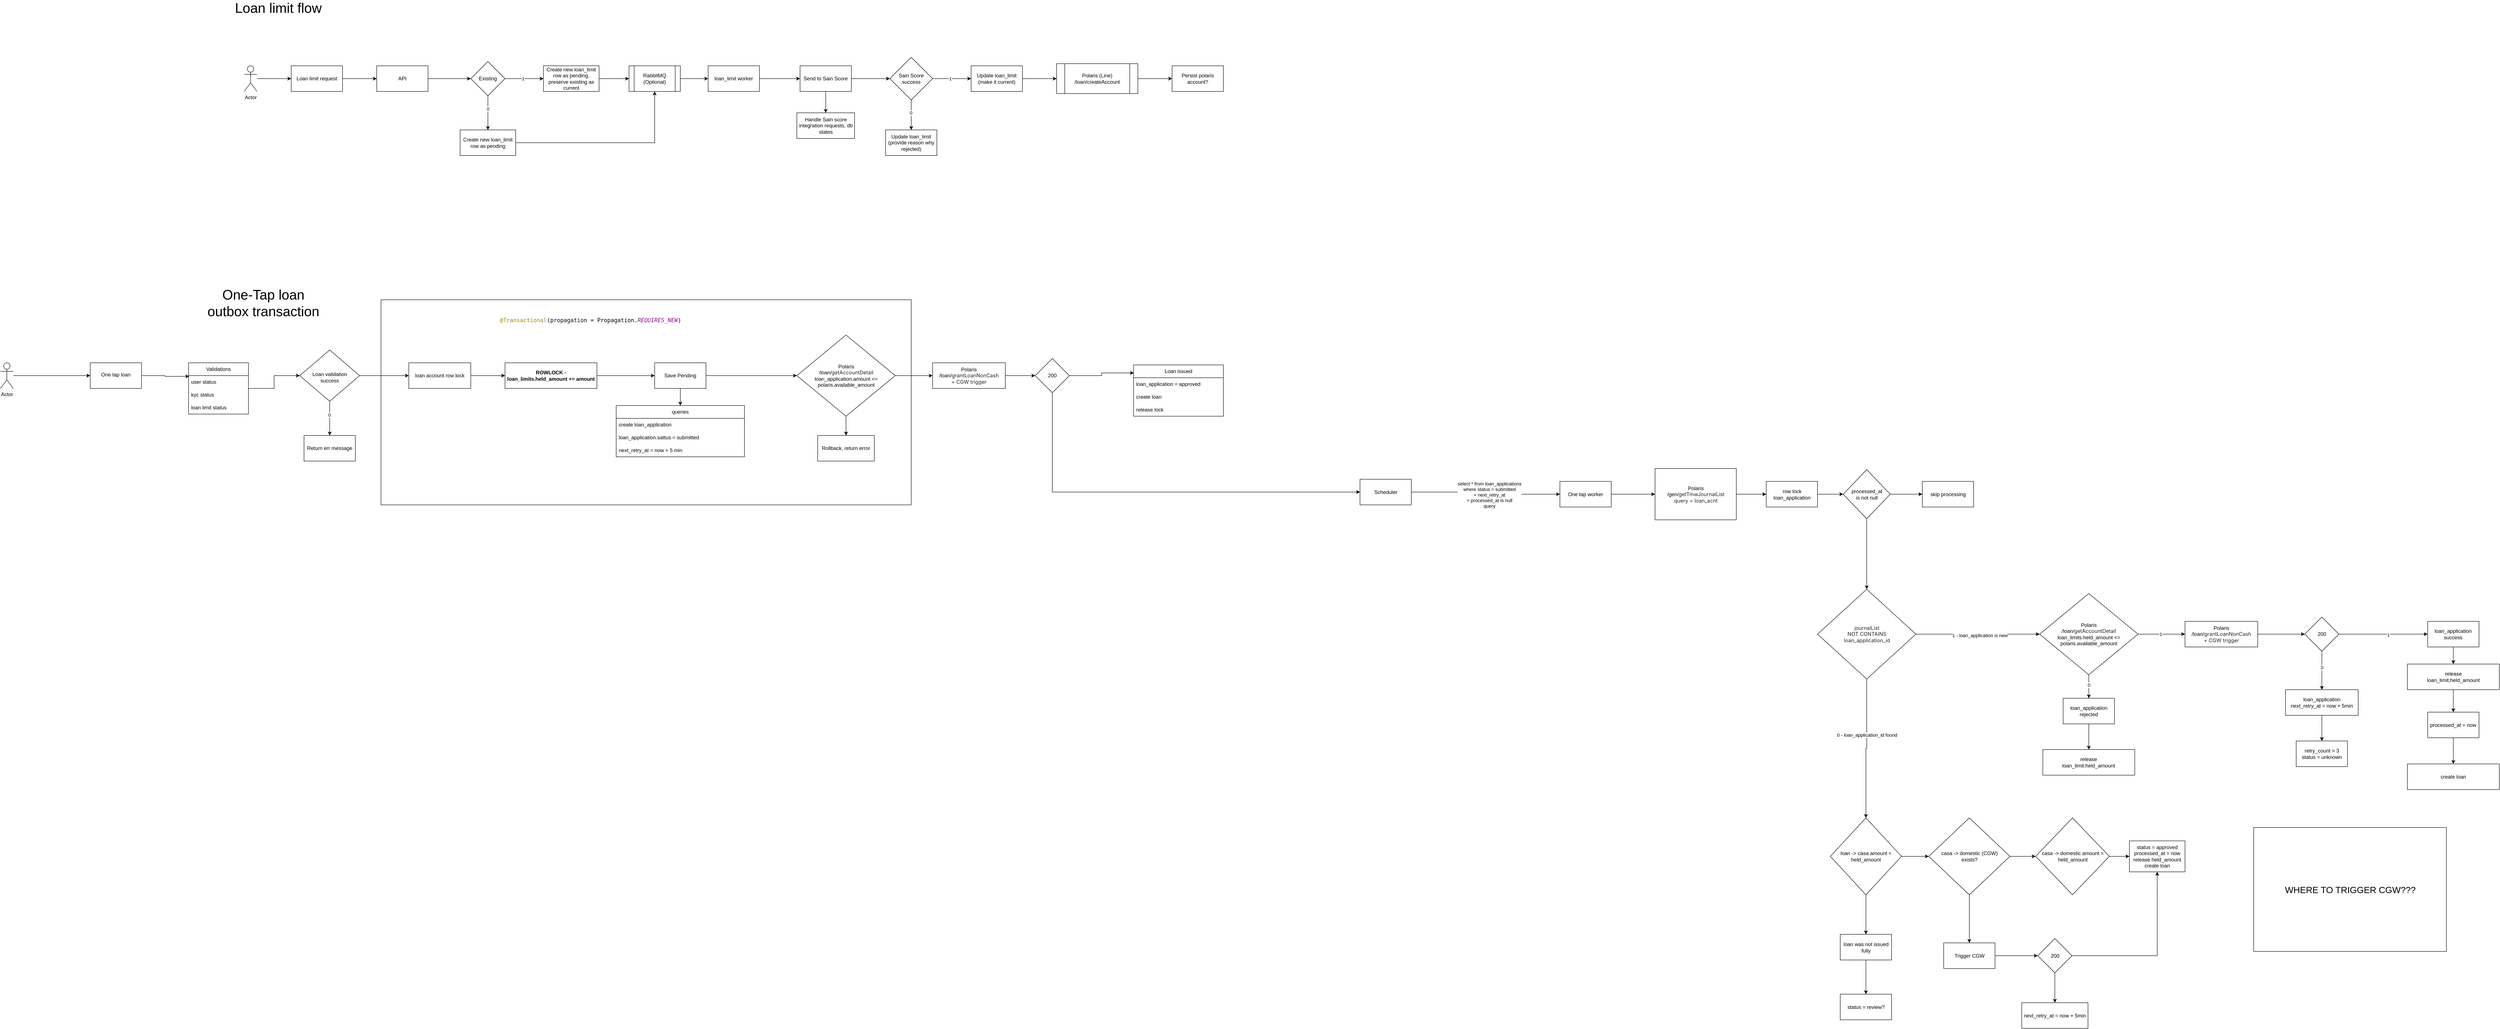
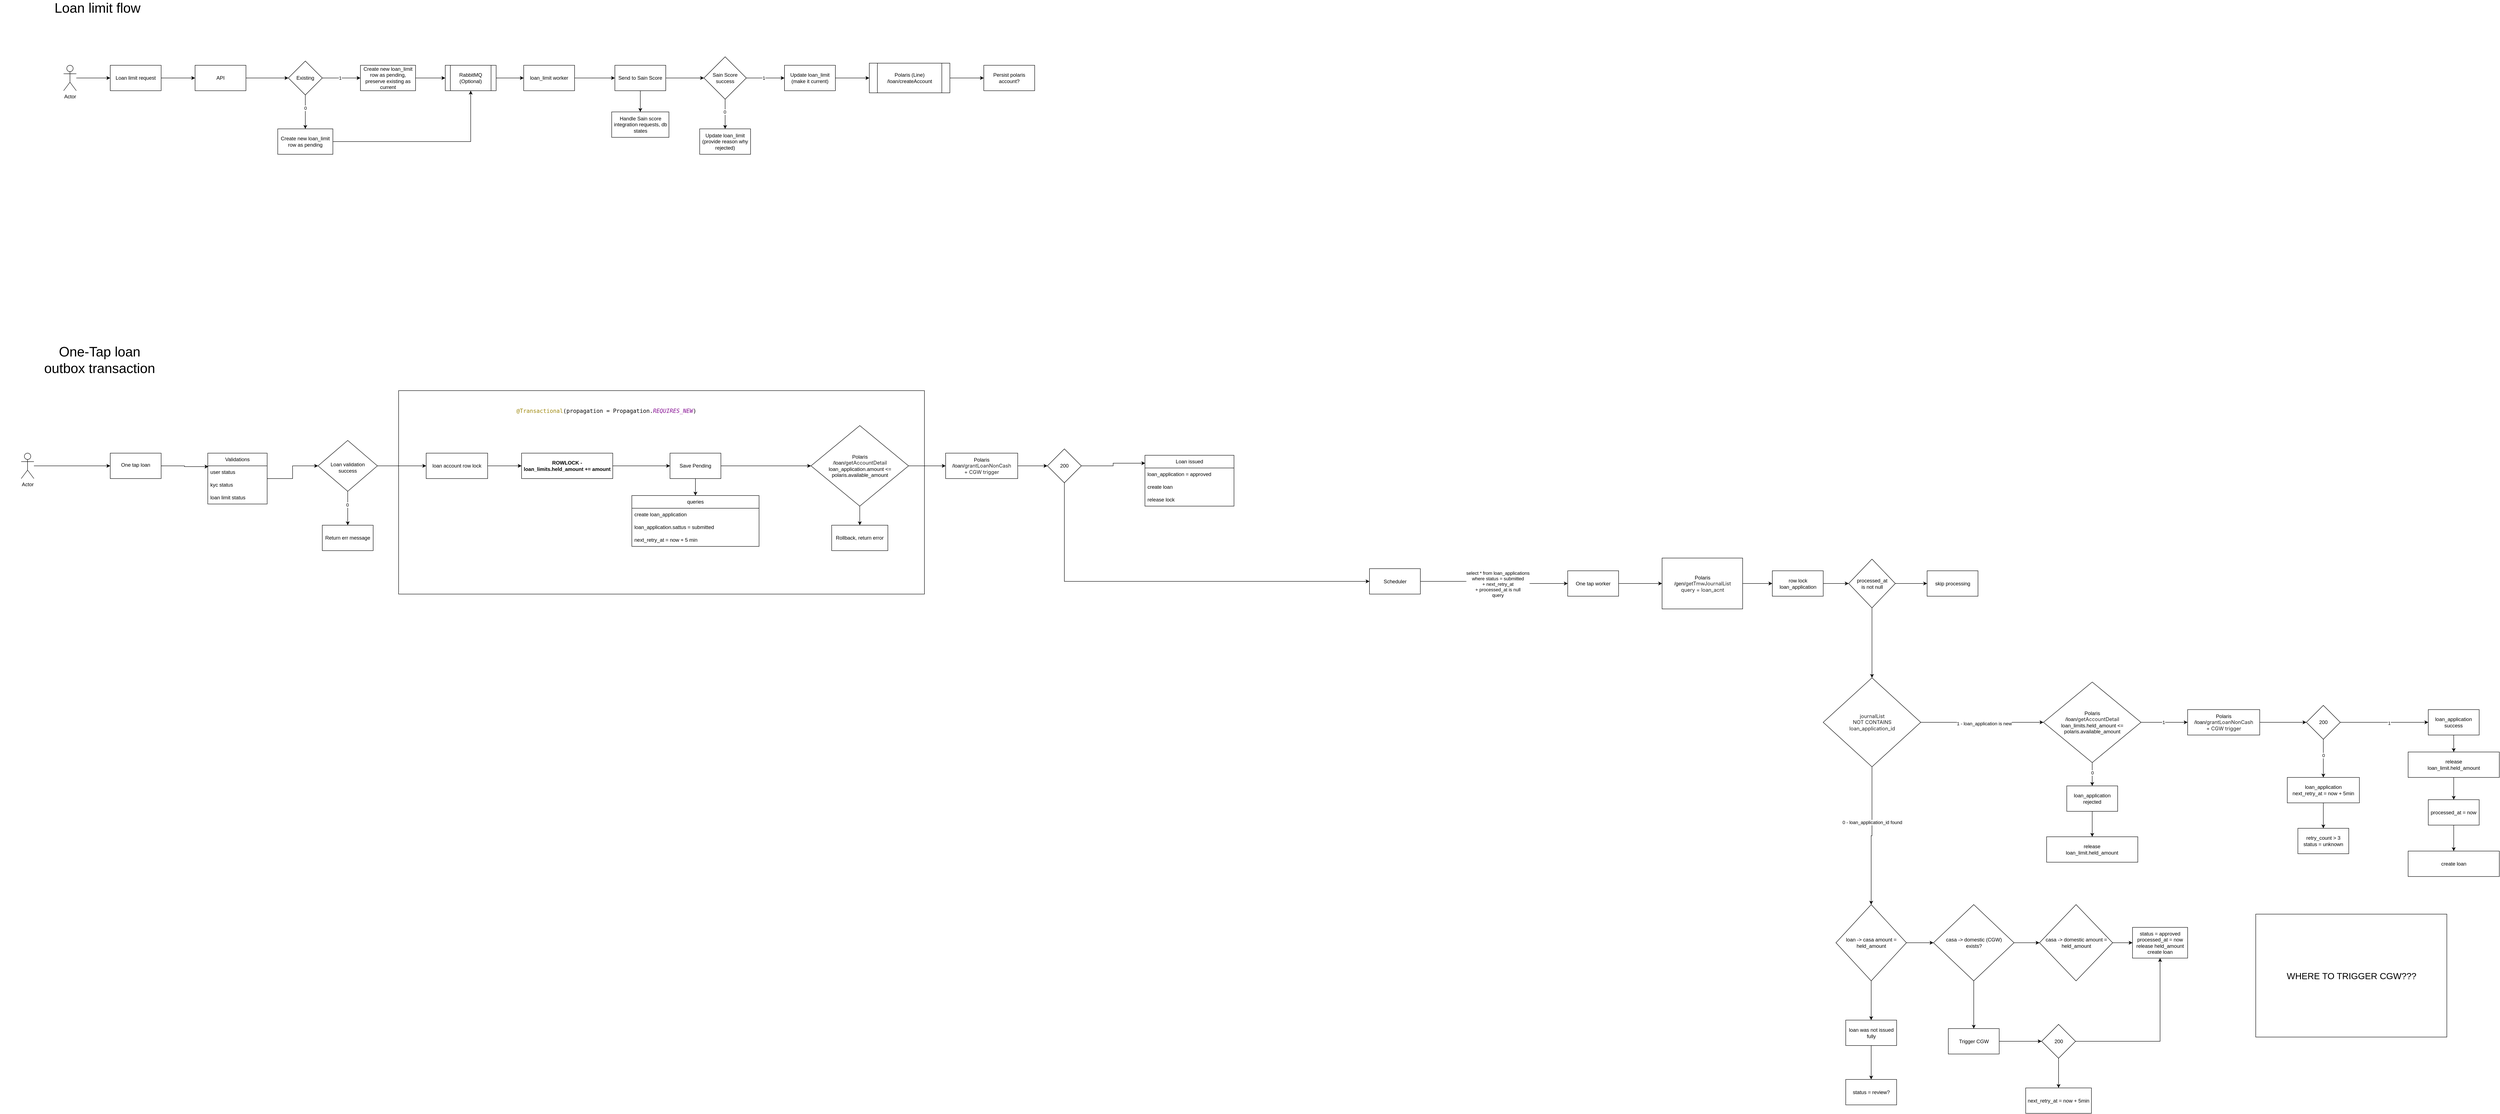
<mxfile host="app.diagrams.net">
  <diagram name="Page-1" id="VCBSuIh8bz7kurrQ0Zaz">
-     <mxGraphModel dx="2259" dy="824" grid="1" gridSize="10" guides="1" tooltips="1" connect="1" arrows="1" fold="1" page="1" pageScale="1" pageWidth="850" pageHeight="1100" math="0" shadow="0">
+     <mxGraphModel dx="14240" dy="7830" grid="1" gridSize="10" guides="1" tooltips="1" connect="1" arrows="1" fold="1" page="1" pageScale="1" pageWidth="850" pageHeight="1100" math="0" shadow="0">
      <root>
        <mxCell id="0" />
        <mxCell id="1" parent="0" />
        <mxCell id="In8fDh9ZLN2M87an2Miy-172" parent="1" style="rounded=0;whiteSpace=wrap;html=1;" value="" vertex="1">
-           <mxGeometry height="480" width="1240" x="360" y="757.5" as="geometry" />
+           <mxGeometry height="480" width="1240" x="830" y="977.5" as="geometry" />
        </mxCell>
        <mxCell id="KqixbsF9o6dLofBvsG9t-5" edge="1" parent="1" source="KqixbsF9o6dLofBvsG9t-1" style="edgeStyle=orthogonalEdgeStyle;rounded=0;orthogonalLoop=1;jettySize=auto;html=1;" target="KqixbsF9o6dLofBvsG9t-4" value="">
          <mxGeometry relative="1" as="geometry" />
        </mxCell>
        <mxCell id="KqixbsF9o6dLofBvsG9t-1" parent="1" style="rounded=0;whiteSpace=wrap;html=1;" value="Loan limit request" vertex="1">
          <mxGeometry height="60" width="120" x="150" y="210" as="geometry" />
        </mxCell>
        <mxCell id="KqixbsF9o6dLofBvsG9t-3" edge="1" parent="1" source="KqixbsF9o6dLofBvsG9t-2" style="edgeStyle=orthogonalEdgeStyle;rounded=0;orthogonalLoop=1;jettySize=auto;html=1;" target="KqixbsF9o6dLofBvsG9t-1" value="">
          <mxGeometry relative="1" as="geometry" />
        </mxCell>
        <mxCell id="KqixbsF9o6dLofBvsG9t-2" parent="1" style="shape=umlActor;verticalLabelPosition=bottom;verticalAlign=top;html=1;outlineConnect=0;" value="Actor" vertex="1">
          <mxGeometry height="60" width="30" x="40" y="210" as="geometry" />
        </mxCell>
        <mxCell id="KqixbsF9o6dLofBvsG9t-9" edge="1" parent="1" source="KqixbsF9o6dLofBvsG9t-4" style="edgeStyle=orthogonalEdgeStyle;rounded=0;orthogonalLoop=1;jettySize=auto;html=1;" target="KqixbsF9o6dLofBvsG9t-8" value="">
          <mxGeometry relative="1" as="geometry" />
        </mxCell>
        <mxCell id="KqixbsF9o6dLofBvsG9t-4" parent="1" style="rounded=0;whiteSpace=wrap;html=1;" value="API" vertex="1">
          <mxGeometry height="60" width="120" x="350" y="210" as="geometry" />
        </mxCell>
        <mxCell id="KqixbsF9o6dLofBvsG9t-11" edge="1" parent="1" source="KqixbsF9o6dLofBvsG9t-8" style="edgeStyle=orthogonalEdgeStyle;rounded=0;orthogonalLoop=1;jettySize=auto;html=1;" target="KqixbsF9o6dLofBvsG9t-10" value="">
          <mxGeometry relative="1" as="geometry" />
        </mxCell>
        <mxCell id="KqixbsF9o6dLofBvsG9t-12" connectable="0" parent="KqixbsF9o6dLofBvsG9t-11" style="edgeLabel;html=1;align=center;verticalAlign=middle;resizable=0;points=[];" value="1" vertex="1">
          <mxGeometry relative="1" x="-0.079" as="geometry">
            <mxPoint as="offset" />
          </mxGeometry>
        </mxCell>
        <mxCell id="KqixbsF9o6dLofBvsG9t-14" edge="1" parent="1" source="KqixbsF9o6dLofBvsG9t-8" style="edgeStyle=orthogonalEdgeStyle;rounded=0;orthogonalLoop=1;jettySize=auto;html=1;" target="KqixbsF9o6dLofBvsG9t-13" value="">
          <mxGeometry relative="1" as="geometry" />
        </mxCell>
        <mxCell id="KqixbsF9o6dLofBvsG9t-15" connectable="0" parent="KqixbsF9o6dLofBvsG9t-14" style="edgeLabel;html=1;align=center;verticalAlign=middle;resizable=0;points=[];" value="0" vertex="1">
          <mxGeometry relative="1" x="-0.2407" as="geometry">
            <mxPoint as="offset" />
          </mxGeometry>
        </mxCell>
        <mxCell id="KqixbsF9o6dLofBvsG9t-8" parent="1" style="rhombus;whiteSpace=wrap;html=1;rounded=0;" value="Existing" vertex="1">
          <mxGeometry height="80" width="80" x="570" y="200" as="geometry" />
        </mxCell>
        <mxCell id="KqixbsF9o6dLofBvsG9t-23" edge="1" parent="1" source="KqixbsF9o6dLofBvsG9t-10" style="edgeStyle=orthogonalEdgeStyle;rounded=0;orthogonalLoop=1;jettySize=auto;html=1;" target="KqixbsF9o6dLofBvsG9t-22" value="">
          <mxGeometry relative="1" as="geometry" />
        </mxCell>
        <mxCell id="KqixbsF9o6dLofBvsG9t-10" parent="1" style="whiteSpace=wrap;html=1;rounded=0;" value="Create new loan_limit row as pending, preserve existing as current" vertex="1">
          <mxGeometry height="60" width="130" x="740" y="210" as="geometry" />
        </mxCell>
        <mxCell id="KqixbsF9o6dLofBvsG9t-26" edge="1" parent="1" source="KqixbsF9o6dLofBvsG9t-13" style="edgeStyle=orthogonalEdgeStyle;rounded=0;orthogonalLoop=1;jettySize=auto;html=1;entryX=0.5;entryY=1;entryDx=0;entryDy=0;" target="KqixbsF9o6dLofBvsG9t-22">
          <mxGeometry relative="1" as="geometry" />
        </mxCell>
        <mxCell id="KqixbsF9o6dLofBvsG9t-13" parent="1" style="whiteSpace=wrap;html=1;rounded=0;" value="Create new loan_limit row as pending" vertex="1">
          <mxGeometry height="60" width="130" x="545" y="360" as="geometry" />
        </mxCell>
        <mxCell id="KqixbsF9o6dLofBvsG9t-25" edge="1" parent="1" source="KqixbsF9o6dLofBvsG9t-22" style="edgeStyle=orthogonalEdgeStyle;rounded=0;orthogonalLoop=1;jettySize=auto;html=1;" target="KqixbsF9o6dLofBvsG9t-24" value="">
          <mxGeometry relative="1" as="geometry" />
        </mxCell>
        <mxCell id="KqixbsF9o6dLofBvsG9t-22" parent="1" style="shape=process;whiteSpace=wrap;html=1;backgroundOutline=1;rounded=0;" value="RabbitMQ (Optional)" vertex="1">
          <mxGeometry height="60" width="120" x="940" y="210" as="geometry" />
        </mxCell>
        <mxCell id="KqixbsF9o6dLofBvsG9t-28" edge="1" parent="1" source="KqixbsF9o6dLofBvsG9t-24" style="edgeStyle=orthogonalEdgeStyle;rounded=0;orthogonalLoop=1;jettySize=auto;html=1;" target="KqixbsF9o6dLofBvsG9t-27" value="">
          <mxGeometry relative="1" as="geometry" />
        </mxCell>
        <mxCell id="KqixbsF9o6dLofBvsG9t-24" parent="1" style="whiteSpace=wrap;html=1;rounded=0;" value="loan_limit worker" vertex="1">
          <mxGeometry height="60" width="120" x="1125" y="210" as="geometry" />
        </mxCell>
        <mxCell id="KqixbsF9o6dLofBvsG9t-30" edge="1" parent="1" source="KqixbsF9o6dLofBvsG9t-27" style="edgeStyle=orthogonalEdgeStyle;rounded=0;orthogonalLoop=1;jettySize=auto;html=1;" target="KqixbsF9o6dLofBvsG9t-29" value="">
          <mxGeometry relative="1" as="geometry" />
        </mxCell>
        <mxCell id="KqixbsF9o6dLofBvsG9t-38" edge="1" parent="1" source="KqixbsF9o6dLofBvsG9t-27" style="edgeStyle=orthogonalEdgeStyle;rounded=0;orthogonalLoop=1;jettySize=auto;html=1;" target="KqixbsF9o6dLofBvsG9t-37" value="">
          <mxGeometry relative="1" as="geometry" />
        </mxCell>
        <mxCell id="KqixbsF9o6dLofBvsG9t-27" parent="1" style="whiteSpace=wrap;html=1;rounded=0;" value="Send to Sain Score" vertex="1">
          <mxGeometry height="60" width="120" x="1340" y="210" as="geometry" />
        </mxCell>
        <mxCell id="KqixbsF9o6dLofBvsG9t-32" edge="1" parent="1" source="KqixbsF9o6dLofBvsG9t-29" style="edgeStyle=orthogonalEdgeStyle;rounded=0;orthogonalLoop=1;jettySize=auto;html=1;" target="KqixbsF9o6dLofBvsG9t-31" value="">
          <mxGeometry relative="1" as="geometry" />
        </mxCell>
        <mxCell id="KqixbsF9o6dLofBvsG9t-33" connectable="0" parent="KqixbsF9o6dLofBvsG9t-32" style="edgeLabel;html=1;align=center;verticalAlign=middle;resizable=0;points=[];" value="1" vertex="1">
          <mxGeometry relative="1" x="-0.1048" as="geometry">
            <mxPoint as="offset" />
          </mxGeometry>
        </mxCell>
        <mxCell id="KqixbsF9o6dLofBvsG9t-35" edge="1" parent="1" source="KqixbsF9o6dLofBvsG9t-29" style="edgeStyle=orthogonalEdgeStyle;rounded=0;orthogonalLoop=1;jettySize=auto;html=1;" target="KqixbsF9o6dLofBvsG9t-34" value="">
          <mxGeometry relative="1" as="geometry" />
        </mxCell>
        <mxCell id="KqixbsF9o6dLofBvsG9t-36" connectable="0" parent="KqixbsF9o6dLofBvsG9t-35" style="edgeLabel;html=1;align=center;verticalAlign=middle;resizable=0;points=[];" value="0" vertex="1">
          <mxGeometry relative="1" x="-0.1429" y="-1" as="geometry">
            <mxPoint as="offset" />
          </mxGeometry>
        </mxCell>
        <mxCell id="KqixbsF9o6dLofBvsG9t-29" parent="1" style="rhombus;whiteSpace=wrap;html=1;rounded=0;" value="Sain Score success" vertex="1">
          <mxGeometry height="100" width="100" x="1550" y="190" as="geometry" />
        </mxCell>
        <mxCell id="KqixbsF9o6dLofBvsG9t-66" edge="1" parent="1" source="KqixbsF9o6dLofBvsG9t-31" style="edgeStyle=orthogonalEdgeStyle;rounded=0;orthogonalLoop=1;jettySize=auto;html=1;" target="KqixbsF9o6dLofBvsG9t-65" value="">
          <mxGeometry relative="1" as="geometry" />
        </mxCell>
        <mxCell id="KqixbsF9o6dLofBvsG9t-31" parent="1" style="whiteSpace=wrap;html=1;rounded=0;" value="Update loan_limit (make it current)" vertex="1">
          <mxGeometry height="60" width="120" x="1740" y="210" as="geometry" />
        </mxCell>
        <mxCell id="KqixbsF9o6dLofBvsG9t-34" parent="1" style="whiteSpace=wrap;html=1;rounded=0;" value="Update loan_limit&lt;br&gt;(provide reason why rejected)" vertex="1">
          <mxGeometry height="60" width="120" x="1540" y="360" as="geometry" />
        </mxCell>
        <mxCell id="KqixbsF9o6dLofBvsG9t-37" parent="1" style="whiteSpace=wrap;html=1;rounded=0;" value="Handle Sain score integration requests, db states" vertex="1">
          <mxGeometry height="60" width="135" x="1332.5" y="320" as="geometry" />
        </mxCell>
        <mxCell id="KqixbsF9o6dLofBvsG9t-40" parent="1" style="text;html=1;whiteSpace=wrap;strokeColor=none;fillColor=none;align=center;verticalAlign=middle;rounded=0;fontSize=32;" value="Loan limit flow" vertex="1">
          <mxGeometry height="30" width="260" x="-10" y="60" as="geometry" />
        </mxCell>
        <mxCell id="KqixbsF9o6dLofBvsG9t-74" edge="1" parent="1" source="KqixbsF9o6dLofBvsG9t-65" style="edgeStyle=orthogonalEdgeStyle;rounded=0;orthogonalLoop=1;jettySize=auto;html=1;" target="KqixbsF9o6dLofBvsG9t-73" value="">
          <mxGeometry relative="1" as="geometry" />
        </mxCell>
        <mxCell id="KqixbsF9o6dLofBvsG9t-65" parent="1" style="shape=process;whiteSpace=wrap;html=1;backgroundOutline=1;rounded=0;" value="Polaris (Line)&lt;br&gt;/loan/createAccount" vertex="1">
          <mxGeometry height="70" width="190" x="1940" y="205" as="geometry" />
        </mxCell>
        <mxCell id="KqixbsF9o6dLofBvsG9t-73" parent="1" style="whiteSpace=wrap;html=1;rounded=0;" value="Persist polaris account?" vertex="1">
          <mxGeometry height="60" width="120" x="2210" y="210" as="geometry" />
        </mxCell>
        <mxCell id="U8Ajh8Gpa-m2DNKNFQys-1" parent="1" style="text;html=1;whiteSpace=wrap;strokeColor=none;fillColor=none;align=center;verticalAlign=middle;rounded=0;fontSize=32;" value="One-Tap loan&lt;br&gt;outbox transaction" vertex="1">
-           <mxGeometry height="30" width="470" x="-150" y="750" as="geometry" />
+           <mxGeometry height="30" width="470" x="-110" y="890" as="geometry" />
        </mxCell>
        <mxCell id="In8fDh9ZLN2M87an2Miy-1" edge="1" parent="1" source="In8fDh9ZLN2M87an2Miy-2" style="edgeStyle=orthogonalEdgeStyle;rounded=0;orthogonalLoop=1;jettySize=auto;html=1;" target="In8fDh9ZLN2M87an2Miy-4" value="">
          <mxGeometry relative="1" as="geometry" />
        </mxCell>
        <mxCell id="In8fDh9ZLN2M87an2Miy-2" parent="1" style="shape=umlActor;verticalLabelPosition=bottom;verticalAlign=top;html=1;outlineConnect=0;" value="Actor" vertex="1">
-           <mxGeometry height="60" width="30" x="-530" y="905" as="geometry" />
+           <mxGeometry height="60" width="30" x="-60" y="1125" as="geometry" />
        </mxCell>
        <mxCell id="In8fDh9ZLN2M87an2Miy-3" edge="1" parent="1" source="In8fDh9ZLN2M87an2Miy-4" style="edgeStyle=orthogonalEdgeStyle;rounded=0;orthogonalLoop=1;jettySize=auto;html=1;entryX=0.011;entryY=0.06;entryDx=0;entryDy=0;entryPerimeter=0;" target="In8fDh9ZLN2M87an2Miy-28" value="">
          <mxGeometry relative="1" as="geometry">
-             <mxPoint x="-110" y="935" as="targetPoint" />
+             <mxPoint x="360" y="1155" as="targetPoint" />
          </mxGeometry>
        </mxCell>
        <mxCell id="In8fDh9ZLN2M87an2Miy-4" parent="1" style="whiteSpace=wrap;html=1;verticalAlign=top;" value="&lt;div&gt;&lt;br&gt;&lt;/div&gt;&lt;div&gt;One tap loan&lt;/div&gt;" vertex="1">
-           <mxGeometry height="60" width="120" x="-320" y="905" as="geometry" />
+           <mxGeometry height="60" width="120" x="150" y="1125" as="geometry" />
        </mxCell>
        <mxCell id="In8fDh9ZLN2M87an2Miy-7" edge="1" parent="1" source="In8fDh9ZLN2M87an2Miy-9" style="edgeStyle=orthogonalEdgeStyle;rounded=0;orthogonalLoop=1;jettySize=auto;html=1;" target="In8fDh9ZLN2M87an2Miy-13" value="">
          <mxGeometry relative="1" as="geometry" />
        </mxCell>
        <mxCell id="In8fDh9ZLN2M87an2Miy-8" connectable="0" parent="In8fDh9ZLN2M87an2Miy-7" style="edgeLabel;html=1;align=center;verticalAlign=middle;resizable=0;points=[];" value="0" vertex="1">
          <mxGeometry relative="1" x="-0.2091" y="-1" as="geometry">
            <mxPoint as="offset" />
          </mxGeometry>
        </mxCell>
        <mxCell id="In8fDh9ZLN2M87an2Miy-163" edge="1" parent="1" source="In8fDh9ZLN2M87an2Miy-9" style="edgeStyle=orthogonalEdgeStyle;rounded=0;orthogonalLoop=1;jettySize=auto;html=1;entryX=0;entryY=0.5;entryDx=0;entryDy=0;" target="In8fDh9ZLN2M87an2Miy-161">
          <mxGeometry relative="1" as="geometry" />
        </mxCell>
        <mxCell id="In8fDh9ZLN2M87an2Miy-9" parent="1" style="rhombus;whiteSpace=wrap;html=1;verticalAlign=top;" value="&lt;br&gt;&lt;br&gt;&lt;div&gt;&lt;br&gt;&lt;/div&gt;&lt;div&gt;Loan validation&lt;br&gt;success&lt;/div&gt;" vertex="1">
-           <mxGeometry height="120" width="140" x="170" y="875" as="geometry" />
+           <mxGeometry height="120" width="140" x="640" y="1095" as="geometry" />
        </mxCell>
        <mxCell id="In8fDh9ZLN2M87an2Miy-10" edge="1" parent="1" source="In8fDh9ZLN2M87an2Miy-12" style="edgeStyle=orthogonalEdgeStyle;rounded=0;orthogonalLoop=1;jettySize=auto;html=1;entryX=0.5;entryY=0;entryDx=0;entryDy=0;" target="In8fDh9ZLN2M87an2Miy-14">
          <mxGeometry relative="1" as="geometry" />
        </mxCell>
        <mxCell id="In8fDh9ZLN2M87an2Miy-54" edge="1" parent="1" source="In8fDh9ZLN2M87an2Miy-105" style="edgeStyle=orthogonalEdgeStyle;rounded=0;orthogonalLoop=1;jettySize=auto;html=1;exitX=1;exitY=0.5;exitDx=0;exitDy=0;" target="In8fDh9ZLN2M87an2Miy-53" value="">
          <mxGeometry relative="1" as="geometry">
-             <mxPoint x="2859.5" y="1212.5" as="sourcePoint" />
+             <mxPoint x="3329.5" y="1432.5" as="sourcePoint" />
          </mxGeometry>
        </mxCell>
        <mxCell id="In8fDh9ZLN2M87an2Miy-55" connectable="0" parent="In8fDh9ZLN2M87an2Miy-54" style="edgeLabel;html=1;align=center;verticalAlign=middle;resizable=0;points=[];" value="select * from loan_applications&lt;br&gt;where status = submitted&lt;br&gt;+ next_retry_at&lt;br&gt;+ processed_at is null&lt;br&gt;query" vertex="1">
          <mxGeometry relative="1" x="0.0637" y="-1" as="geometry">
            <mxPoint as="offset" />
          </mxGeometry>
        </mxCell>
        <mxCell id="In8fDh9ZLN2M87an2Miy-173" edge="1" parent="1" source="In8fDh9ZLN2M87an2Miy-12" style="edgeStyle=orthogonalEdgeStyle;rounded=0;orthogonalLoop=1;jettySize=auto;html=1;entryX=0;entryY=0.5;entryDx=0;entryDy=0;" target="In8fDh9ZLN2M87an2Miy-152">
          <mxGeometry relative="1" as="geometry" />
        </mxCell>
        <mxCell id="In8fDh9ZLN2M87an2Miy-12" parent="1" style="whiteSpace=wrap;html=1;verticalAlign=middle;" value="Save Pending" vertex="1">
-           <mxGeometry height="60" width="120" x="1000" y="905" as="geometry" />
+           <mxGeometry height="60" width="120" x="1470" y="1125" as="geometry" />
        </mxCell>
        <mxCell id="In8fDh9ZLN2M87an2Miy-13" parent="1" style="whiteSpace=wrap;html=1;verticalAlign=middle;" value="Return err message" vertex="1">
-           <mxGeometry height="60" width="120" x="180" y="1075" as="geometry" />
+           <mxGeometry height="60" width="120" x="650" y="1295" as="geometry" />
        </mxCell>
        <mxCell id="In8fDh9ZLN2M87an2Miy-14" parent="1" style="swimlane;fontStyle=0;childLayout=stackLayout;horizontal=1;startSize=30;horizontalStack=0;resizeParent=1;resizeParentMax=0;resizeLast=0;collapsible=1;marginBottom=0;whiteSpace=wrap;html=1;" value="queries" vertex="1">
-           <mxGeometry height="120" width="300" x="910" y="1005" as="geometry" />
+           <mxGeometry height="120" width="300" x="1380" y="1225" as="geometry" />
        </mxCell>
        <mxCell id="In8fDh9ZLN2M87an2Miy-15" parent="In8fDh9ZLN2M87an2Miy-14" style="text;strokeColor=none;fillColor=none;align=left;verticalAlign=middle;spacingLeft=4;spacingRight=4;overflow=hidden;points=[[0,0.5],[1,0.5]];portConstraint=eastwest;rotatable=0;whiteSpace=wrap;html=1;" value="create loan_application" vertex="1">
          <mxGeometry height="30" width="300" y="30" as="geometry" />
        </mxCell>
        <mxCell id="In8fDh9ZLN2M87an2Miy-104" parent="In8fDh9ZLN2M87an2Miy-14" style="text;strokeColor=none;fillColor=none;align=left;verticalAlign=middle;spacingLeft=4;spacingRight=4;overflow=hidden;points=[[0,0.5],[1,0.5]];portConstraint=eastwest;rotatable=0;whiteSpace=wrap;html=1;" value="loan_application.sattus = submitted" vertex="1">
          <mxGeometry height="30" width="300" y="60" as="geometry" />
        </mxCell>
        <mxCell id="In8fDh9ZLN2M87an2Miy-17" parent="In8fDh9ZLN2M87an2Miy-14" style="text;strokeColor=none;fillColor=none;align=left;verticalAlign=middle;spacingLeft=4;spacingRight=4;overflow=hidden;points=[[0,0.5],[1,0.5]];portConstraint=eastwest;rotatable=0;whiteSpace=wrap;html=1;" value="next_retry_at = now + 5 min" vertex="1">
          <mxGeometry height="30" width="300" y="90" as="geometry" />
        </mxCell>
        <mxCell id="In8fDh9ZLN2M87an2Miy-32" edge="1" parent="1" source="In8fDh9ZLN2M87an2Miy-27" style="edgeStyle=orthogonalEdgeStyle;rounded=0;orthogonalLoop=1;jettySize=auto;html=1;entryX=0;entryY=0.5;entryDx=0;entryDy=0;" target="In8fDh9ZLN2M87an2Miy-9">
          <mxGeometry relative="1" as="geometry" />
        </mxCell>
        <mxCell id="In8fDh9ZLN2M87an2Miy-27" parent="1" style="swimlane;fontStyle=0;childLayout=stackLayout;horizontal=1;startSize=30;horizontalStack=0;resizeParent=1;resizeParentMax=0;resizeLast=0;collapsible=1;marginBottom=0;whiteSpace=wrap;html=1;" value="Validations" vertex="1">
-           <mxGeometry height="120" width="140" x="-90" y="905" as="geometry" />
+           <mxGeometry height="120" width="140" x="380" y="1125" as="geometry" />
        </mxCell>
        <mxCell id="In8fDh9ZLN2M87an2Miy-28" parent="In8fDh9ZLN2M87an2Miy-27" style="text;strokeColor=none;fillColor=none;align=left;verticalAlign=middle;spacingLeft=4;spacingRight=4;overflow=hidden;points=[[0,0.5],[1,0.5]];portConstraint=eastwest;rotatable=0;whiteSpace=wrap;html=1;" value="user status" vertex="1">
          <mxGeometry height="30" width="140" y="30" as="geometry" />
        </mxCell>
        <mxCell id="In8fDh9ZLN2M87an2Miy-29" parent="In8fDh9ZLN2M87an2Miy-27" style="text;strokeColor=none;fillColor=none;align=left;verticalAlign=middle;spacingLeft=4;spacingRight=4;overflow=hidden;points=[[0,0.5],[1,0.5]];portConstraint=eastwest;rotatable=0;whiteSpace=wrap;html=1;" value="kyc status" vertex="1">
          <mxGeometry height="30" width="140" y="60" as="geometry" />
        </mxCell>
        <mxCell id="In8fDh9ZLN2M87an2Miy-33" parent="In8fDh9ZLN2M87an2Miy-27" style="text;strokeColor=none;fillColor=none;align=left;verticalAlign=middle;spacingLeft=4;spacingRight=4;overflow=hidden;points=[[0,0.5],[1,0.5]];portConstraint=eastwest;rotatable=0;whiteSpace=wrap;html=1;" value="loan limit status" vertex="1">
          <mxGeometry height="30" width="140" y="90" as="geometry" />
        </mxCell>
        <mxCell id="In8fDh9ZLN2M87an2Miy-116" edge="1" parent="1" source="In8fDh9ZLN2M87an2Miy-53" style="edgeStyle=orthogonalEdgeStyle;rounded=0;orthogonalLoop=1;jettySize=auto;html=1;entryX=0;entryY=0.5;entryDx=0;entryDy=0;" target="In8fDh9ZLN2M87an2Miy-68">
          <mxGeometry relative="1" as="geometry" />
        </mxCell>
        <mxCell id="In8fDh9ZLN2M87an2Miy-53" parent="1" style="whiteSpace=wrap;html=1;" value="One tap worker" vertex="1">
-           <mxGeometry height="60" width="120" x="3117" y="1182.5" as="geometry" />
+           <mxGeometry height="60" width="120" x="3587" y="1402.5" as="geometry" />
        </mxCell>
        <mxCell id="In8fDh9ZLN2M87an2Miy-67" edge="1" parent="1" source="In8fDh9ZLN2M87an2Miy-58" style="edgeStyle=orthogonalEdgeStyle;rounded=0;orthogonalLoop=1;jettySize=auto;html=1;entryX=0;entryY=0.5;entryDx=0;entryDy=0;" target="In8fDh9ZLN2M87an2Miy-66" value="">
          <mxGeometry relative="1" as="geometry">
-             <mxPoint x="4873.87" y="1540" as="targetPoint" />
+             <mxPoint x="5343.87" y="1760" as="targetPoint" />
          </mxGeometry>
        </mxCell>
        <mxCell id="In8fDh9ZLN2M87an2Miy-58" parent="1" style="whiteSpace=wrap;html=1;" value="Polaris /loan/&lt;span style=&quot;color: rgb(33, 33, 33); font-family: Inter, system-ui, -apple-system, &amp;quot;system-ui&amp;quot;, &amp;quot;Segoe UI&amp;quot;, Roboto, Oxygen, Ubuntu, Cantarell, &amp;quot;Fira Sans&amp;quot;, &amp;quot;Droid Sans&amp;quot;, Helvetica, Arial, sans-serif; text-align: left; white-space: pre-wrap; background-color: rgb(255, 255, 255);&quot;&gt;grantLoanNonCash&lt;br/&gt;+ CGW trigger&lt;/span&gt;" vertex="1">
-           <mxGeometry height="60" width="170" x="4578.87" y="1510" as="geometry" />
+           <mxGeometry height="60" width="170" x="5048.87" y="1730" as="geometry" />
        </mxCell>
        <mxCell id="In8fDh9ZLN2M87an2Miy-62" edge="1" parent="1" source="In8fDh9ZLN2M87an2Miy-59" style="edgeStyle=orthogonalEdgeStyle;rounded=0;orthogonalLoop=1;jettySize=auto;html=1;" target="In8fDh9ZLN2M87an2Miy-61" value="">
          <mxGeometry relative="1" as="geometry" />
        </mxCell>
        <mxCell id="In8fDh9ZLN2M87an2Miy-91" connectable="0" parent="In8fDh9ZLN2M87an2Miy-62" style="edgeLabel;html=1;align=center;verticalAlign=middle;resizable=0;points=[];" value="0" vertex="1">
          <mxGeometry relative="1" x="-0.1431" as="geometry">
            <mxPoint as="offset" />
          </mxGeometry>
        </mxCell>
        <mxCell id="In8fDh9ZLN2M87an2Miy-65" edge="1" parent="1" source="In8fDh9ZLN2M87an2Miy-59" style="edgeStyle=orthogonalEdgeStyle;rounded=0;orthogonalLoop=1;jettySize=auto;html=1;" target="In8fDh9ZLN2M87an2Miy-58">
          <mxGeometry relative="1" as="geometry" />
        </mxCell>
        <mxCell id="In8fDh9ZLN2M87an2Miy-90" connectable="0" parent="In8fDh9ZLN2M87an2Miy-65" style="edgeLabel;html=1;align=center;verticalAlign=middle;resizable=0;points=[];" value="1" vertex="1">
          <mxGeometry relative="1" x="-0.0451" as="geometry">
            <mxPoint as="offset" />
          </mxGeometry>
        </mxCell>
        <mxCell id="In8fDh9ZLN2M87an2Miy-59" parent="1" style="rhombus;whiteSpace=wrap;html=1;" value="Polaris&lt;br&gt;/loan/&lt;span style=&quot;color: rgb(33, 33, 33); font-family: Inter, system-ui, -apple-system, &amp;quot;system-ui&amp;quot;, &amp;quot;Segoe UI&amp;quot;, Roboto, Oxygen, Ubuntu, Cantarell, &amp;quot;Fira Sans&amp;quot;, &amp;quot;Droid Sans&amp;quot;, Helvetica, Arial, sans-serif; text-align: left; white-space: pre-wrap; background-color: rgb(255, 255, 255);&quot;&gt;getAccountDetail&lt;/span&gt;&lt;br&gt;loan_limits.held_amount &amp;lt;= polaris.available_amount" vertex="1">
-           <mxGeometry height="190" width="230" x="4238.87" y="1445" as="geometry" />
+           <mxGeometry height="190" width="230" x="4708.87" y="1665" as="geometry" />
        </mxCell>
        <mxCell id="In8fDh9ZLN2M87an2Miy-64" edge="1" parent="1" source="In8fDh9ZLN2M87an2Miy-61" style="edgeStyle=orthogonalEdgeStyle;rounded=0;orthogonalLoop=1;jettySize=auto;html=1;" target="In8fDh9ZLN2M87an2Miy-63" value="">
          <mxGeometry relative="1" as="geometry" />
        </mxCell>
        <mxCell id="In8fDh9ZLN2M87an2Miy-61" parent="1" style="whiteSpace=wrap;html=1;" value="loan_application&lt;br&gt;rejected" vertex="1">
-           <mxGeometry height="60" width="120" x="4293.87" y="1690" as="geometry" />
+           <mxGeometry height="60" width="120" x="4763.87" y="1910" as="geometry" />
        </mxCell>
        <mxCell id="In8fDh9ZLN2M87an2Miy-63" parent="1" style="whiteSpace=wrap;html=1;" value="release &lt;br&gt;loan_limit.held_amount" vertex="1">
-           <mxGeometry height="60" width="215" x="4246.37" y="1810" as="geometry" />
+           <mxGeometry height="60" width="215" x="4716.37" y="2030" as="geometry" />
        </mxCell>
        <mxCell id="In8fDh9ZLN2M87an2Miy-81" edge="1" parent="1" source="In8fDh9ZLN2M87an2Miy-66" style="edgeStyle=orthogonalEdgeStyle;rounded=0;orthogonalLoop=1;jettySize=auto;html=1;entryX=0;entryY=0.5;entryDx=0;entryDy=0;" target="In8fDh9ZLN2M87an2Miy-79">
          <mxGeometry relative="1" as="geometry" />
        </mxCell>
        <mxCell id="In8fDh9ZLN2M87an2Miy-92" connectable="0" parent="In8fDh9ZLN2M87an2Miy-81" style="edgeLabel;html=1;align=center;verticalAlign=middle;resizable=0;points=[];" value="1" vertex="1">
          <mxGeometry relative="1" x="0.1055" y="-2" as="geometry">
            <mxPoint as="offset" />
          </mxGeometry>
        </mxCell>
        <mxCell id="In8fDh9ZLN2M87an2Miy-83" edge="1" parent="1" source="In8fDh9ZLN2M87an2Miy-66" style="edgeStyle=orthogonalEdgeStyle;rounded=0;orthogonalLoop=1;jettySize=auto;html=1;" target="In8fDh9ZLN2M87an2Miy-82" value="">
          <mxGeometry relative="1" as="geometry" />
        </mxCell>
        <mxCell id="In8fDh9ZLN2M87an2Miy-93" connectable="0" parent="In8fDh9ZLN2M87an2Miy-83" style="edgeLabel;html=1;align=center;verticalAlign=middle;resizable=0;points=[];" value="0" vertex="1">
          <mxGeometry relative="1" x="-0.1623" as="geometry">
            <mxPoint as="offset" />
          </mxGeometry>
        </mxCell>
        <mxCell id="In8fDh9ZLN2M87an2Miy-66" parent="1" style="rhombus;whiteSpace=wrap;html=1;" value="200" vertex="1">
-           <mxGeometry height="80" width="80" x="4858.87" y="1500" as="geometry" />
+           <mxGeometry height="80" width="80" x="5328.87" y="1720" as="geometry" />
        </mxCell>
        <mxCell id="In8fDh9ZLN2M87an2Miy-119" edge="1" parent="1" source="In8fDh9ZLN2M87an2Miy-68" style="edgeStyle=orthogonalEdgeStyle;rounded=0;orthogonalLoop=1;jettySize=auto;html=1;" target="In8fDh9ZLN2M87an2Miy-118" value="">
          <mxGeometry relative="1" as="geometry" />
        </mxCell>
        <mxCell id="In8fDh9ZLN2M87an2Miy-68" parent="1" style="whiteSpace=wrap;html=1;" value="Polaris&lt;br&gt;/gen/&lt;span style=&quot;white-space: pre-wrap; color: rgb(33, 33, 33); font-family: Inter, system-ui, -apple-system, &amp;quot;system-ui&amp;quot;, &amp;quot;Segoe UI&amp;quot;, Roboto, Oxygen, Ubuntu, Cantarell, &amp;quot;Fira Sans&amp;quot;, &amp;quot;Droid Sans&amp;quot;, Helvetica, Arial, sans-serif; text-align: left; background-color: rgb(255, 255, 255);&quot;&gt;getTmwJournalList&lt;br&gt;query = loan_acnt&lt;/span&gt;" vertex="1">
-           <mxGeometry height="120" width="190" x="3339.5" y="1152.5" as="geometry" />
+           <mxGeometry height="120" width="190" x="3809.5" y="1372.5" as="geometry" />
        </mxCell>
        <mxCell id="In8fDh9ZLN2M87an2Miy-71" edge="1" parent="1" source="In8fDh9ZLN2M87an2Miy-69" style="edgeStyle=orthogonalEdgeStyle;rounded=0;orthogonalLoop=1;jettySize=auto;html=1;entryX=0;entryY=0.5;entryDx=0;entryDy=0;" target="In8fDh9ZLN2M87an2Miy-59">
          <mxGeometry relative="1" as="geometry" />
        </mxCell>
        <mxCell id="In8fDh9ZLN2M87an2Miy-77" connectable="0" parent="In8fDh9ZLN2M87an2Miy-71" style="edgeLabel;html=1;align=center;verticalAlign=middle;resizable=0;points=[];" value="1 - loan_application is new" vertex="1">
          <mxGeometry relative="1" x="0.0312" y="-3" as="geometry">
            <mxPoint as="offset" />
          </mxGeometry>
        </mxCell>
        <mxCell id="In8fDh9ZLN2M87an2Miy-73" edge="1" parent="1" source="In8fDh9ZLN2M87an2Miy-69" style="edgeStyle=orthogonalEdgeStyle;rounded=0;orthogonalLoop=1;jettySize=auto;html=1;entryX=0.5;entryY=0;entryDx=0;entryDy=0;" target="In8fDh9ZLN2M87an2Miy-111" value="">
          <mxGeometry relative="1" as="geometry">
-             <mxPoint x="3833.87" y="1740" as="targetPoint" />
+             <mxPoint x="4303.87" y="1960" as="targetPoint" />
          </mxGeometry>
        </mxCell>
        <mxCell id="In8fDh9ZLN2M87an2Miy-74" connectable="0" parent="In8fDh9ZLN2M87an2Miy-73" style="edgeLabel;html=1;align=center;verticalAlign=middle;resizable=0;points=[];" value="0 - loan_application_id found" vertex="1">
          <mxGeometry relative="1" x="-0.1975" as="geometry">
            <mxPoint as="offset" />
          </mxGeometry>
        </mxCell>
        <mxCell id="In8fDh9ZLN2M87an2Miy-69" parent="1" style="rhombus;whiteSpace=wrap;html=1;verticalAlign=middle;" value="&lt;div style=&quot;text-align: center;&quot;&gt;&lt;span style=&quot;background-color: light-dark(rgb(255, 255, 255), rgb(18, 18, 18)); color: light-dark(rgb(33, 33, 33), rgb(209, 209, 209)); font-family: Inter, system-ui, -apple-system, &amp;quot;system-ui&amp;quot;, &amp;quot;Segoe UI&amp;quot;, Roboto, Oxygen, Ubuntu, Cantarell, &amp;quot;Fira Sans&amp;quot;, &amp;quot;Droid Sans&amp;quot;, Helvetica, Arial, sans-serif; text-align: left; white-space: pre-wrap;&quot;&gt;journalList&lt;br&gt;NOT CONTAINS&lt;/span&gt;&lt;/div&gt;&lt;span style=&quot;white-space: pre-wrap; color: rgb(33, 33, 33); font-family: Inter, system-ui, -apple-system, &amp;quot;system-ui&amp;quot;, &amp;quot;Segoe UI&amp;quot;, Roboto, Oxygen, Ubuntu, Cantarell, &amp;quot;Fira Sans&amp;quot;, &amp;quot;Droid Sans&amp;quot;, Helvetica, Arial, sans-serif; text-align: left; background-color: rgb(255, 255, 255);&quot;&gt;loan_application_id&lt;/span&gt;" vertex="1">
-           <mxGeometry height="210" width="230" x="3719.5" y="1435" as="geometry" />
+           <mxGeometry height="210" width="230" x="4189.5" y="1655" as="geometry" />
        </mxCell>
        <mxCell id="In8fDh9ZLN2M87an2Miy-78" edge="1" parent="1" source="In8fDh9ZLN2M87an2Miy-79" style="edgeStyle=orthogonalEdgeStyle;rounded=0;orthogonalLoop=1;jettySize=auto;html=1;" target="In8fDh9ZLN2M87an2Miy-80" value="">
          <mxGeometry relative="1" as="geometry" />
        </mxCell>
        <mxCell id="In8fDh9ZLN2M87an2Miy-79" parent="1" style="whiteSpace=wrap;html=1;" value="loan_application&lt;br&gt;success" vertex="1">
-           <mxGeometry height="60" width="120" x="5146.37" y="1510" as="geometry" />
+           <mxGeometry height="60" width="120" x="5616.37" y="1730" as="geometry" />
        </mxCell>
        <mxCell id="In8fDh9ZLN2M87an2Miy-132" edge="1" parent="1" source="In8fDh9ZLN2M87an2Miy-80" style="edgeStyle=orthogonalEdgeStyle;rounded=0;orthogonalLoop=1;jettySize=auto;html=1;" target="In8fDh9ZLN2M87an2Miy-131" value="">
          <mxGeometry relative="1" as="geometry" />
        </mxCell>
        <mxCell id="In8fDh9ZLN2M87an2Miy-80" parent="1" style="whiteSpace=wrap;html=1;" value="release &lt;br&gt;loan_limit.held_amount" vertex="1">
-           <mxGeometry height="60" width="215" x="5098.87" y="1610" as="geometry" />
+           <mxGeometry height="60" width="215" x="5568.87" y="1830" as="geometry" />
        </mxCell>
        <mxCell id="In8fDh9ZLN2M87an2Miy-95" edge="1" parent="1" source="In8fDh9ZLN2M87an2Miy-82" style="edgeStyle=orthogonalEdgeStyle;rounded=0;orthogonalLoop=1;jettySize=auto;html=1;" target="In8fDh9ZLN2M87an2Miy-94" value="">
          <mxGeometry relative="1" as="geometry" />
        </mxCell>
        <mxCell id="In8fDh9ZLN2M87an2Miy-82" parent="1" style="whiteSpace=wrap;html=1;" value="loan_application&lt;br&gt;next_retry_at = now + 5min" vertex="1">
-           <mxGeometry height="60" width="170" x="4813.87" y="1670" as="geometry" />
+           <mxGeometry height="60" width="170" x="5283.87" y="1890" as="geometry" />
        </mxCell>
        <mxCell id="In8fDh9ZLN2M87an2Miy-88" parent="1" style="whiteSpace=wrap;html=1;" value="create loan" vertex="1">
-           <mxGeometry height="60" width="215" x="5098.87" y="1843.75" as="geometry" />
+           <mxGeometry height="60" width="215" x="5568.87" y="2063.75" as="geometry" />
        </mxCell>
        <mxCell id="In8fDh9ZLN2M87an2Miy-94" parent="1" style="whiteSpace=wrap;html=1;" value="retry_count &amp;gt; 3&lt;br&gt;status = unknown" vertex="1">
-           <mxGeometry height="60" width="120" x="4838.87" y="1790" as="geometry" />
+           <mxGeometry height="60" width="120" x="5308.87" y="2010" as="geometry" />
        </mxCell>
        <mxCell id="In8fDh9ZLN2M87an2Miy-105" parent="1" style="rounded=0;whiteSpace=wrap;html=1;" value="Scheduler" vertex="1">
-           <mxGeometry height="60" width="120" x="2649.5" y="1177.5" as="geometry" />
+           <mxGeometry height="60" width="120" x="3119.5" y="1397.5" as="geometry" />
        </mxCell>
        <mxCell id="In8fDh9ZLN2M87an2Miy-127" edge="1" parent="1" source="In8fDh9ZLN2M87an2Miy-111" style="edgeStyle=orthogonalEdgeStyle;rounded=0;orthogonalLoop=1;jettySize=auto;html=1;" target="In8fDh9ZLN2M87an2Miy-126" value="">
          <mxGeometry relative="1" as="geometry" />
        </mxCell>
        <mxCell id="In8fDh9ZLN2M87an2Miy-135" edge="1" parent="1" source="In8fDh9ZLN2M87an2Miy-111" style="edgeStyle=orthogonalEdgeStyle;rounded=0;orthogonalLoop=1;jettySize=auto;html=1;entryX=0;entryY=0.5;entryDx=0;entryDy=0;" target="In8fDh9ZLN2M87an2Miy-134">
          <mxGeometry relative="1" as="geometry" />
        </mxCell>
        <mxCell id="In8fDh9ZLN2M87an2Miy-111" parent="1" style="rhombus;whiteSpace=wrap;html=1;" value="loan -&amp;gt; casa amount = held_amount" vertex="1">
-           <mxGeometry height="180" width="166.25" x="3749.5" y="1970" as="geometry" />
+           <mxGeometry height="180" width="166.25" x="4219.5" y="2190" as="geometry" />
        </mxCell>
        <mxCell id="In8fDh9ZLN2M87an2Miy-113" parent="1" style="whiteSpace=wrap;html=1;" value="status = approved&lt;br&gt;processed_at = now&lt;br&gt;release held_amount&lt;br&gt;create loan" vertex="1">
-           <mxGeometry height="72.5" width="130" x="4448.87" y="2023.75" as="geometry" />
+           <mxGeometry height="72.5" width="130" x="4918.87" y="2243.75" as="geometry" />
        </mxCell>
        <mxCell id="In8fDh9ZLN2M87an2Miy-122" edge="1" parent="1" source="In8fDh9ZLN2M87an2Miy-118" style="edgeStyle=orthogonalEdgeStyle;rounded=0;orthogonalLoop=1;jettySize=auto;html=1;" target="In8fDh9ZLN2M87an2Miy-121" value="">
          <mxGeometry relative="1" as="geometry" />
        </mxCell>
        <mxCell id="In8fDh9ZLN2M87an2Miy-118" parent="1" style="whiteSpace=wrap;html=1;" value="row lock&lt;br&gt;loan_application" vertex="1">
-           <mxGeometry height="60" width="120" x="3599.5" y="1182.5" as="geometry" />
+           <mxGeometry height="60" width="120" x="4069.5" y="1402.5" as="geometry" />
        </mxCell>
        <mxCell id="In8fDh9ZLN2M87an2Miy-124" edge="1" parent="1" source="In8fDh9ZLN2M87an2Miy-121" style="edgeStyle=orthogonalEdgeStyle;rounded=0;orthogonalLoop=1;jettySize=auto;html=1;" target="In8fDh9ZLN2M87an2Miy-123" value="">
          <mxGeometry relative="1" as="geometry" />
        </mxCell>
        <mxCell id="In8fDh9ZLN2M87an2Miy-125" edge="1" parent="1" source="In8fDh9ZLN2M87an2Miy-121" style="edgeStyle=orthogonalEdgeStyle;rounded=0;orthogonalLoop=1;jettySize=auto;html=1;entryX=0.5;entryY=0;entryDx=0;entryDy=0;" target="In8fDh9ZLN2M87an2Miy-69">
          <mxGeometry relative="1" as="geometry" />
        </mxCell>
        <mxCell id="In8fDh9ZLN2M87an2Miy-121" parent="1" style="rhombus;whiteSpace=wrap;html=1;" value="processed_at &lt;br&gt;is not null" vertex="1">
-           <mxGeometry height="115" width="110" x="3779.5" y="1155" as="geometry" />
+           <mxGeometry height="115" width="110" x="4249.5" y="1375" as="geometry" />
        </mxCell>
        <mxCell id="In8fDh9ZLN2M87an2Miy-123" parent="1" style="whiteSpace=wrap;html=1;" value="skip processing" vertex="1">
-           <mxGeometry height="60" width="120" x="3964.5" y="1182.5" as="geometry" />
+           <mxGeometry height="60" width="120" x="4434.5" y="1402.5" as="geometry" />
        </mxCell>
        <mxCell id="In8fDh9ZLN2M87an2Miy-129" edge="1" parent="1" source="In8fDh9ZLN2M87an2Miy-126" style="edgeStyle=orthogonalEdgeStyle;rounded=0;orthogonalLoop=1;jettySize=auto;html=1;" target="In8fDh9ZLN2M87an2Miy-128" value="">
          <mxGeometry relative="1" as="geometry" />
        </mxCell>
        <mxCell id="In8fDh9ZLN2M87an2Miy-126" parent="1" style="whiteSpace=wrap;html=1;" value="loan was not issued fully" vertex="1">
-           <mxGeometry height="60" width="120" x="3772.625" y="2242.5" as="geometry" />
+           <mxGeometry height="60" width="120" x="4242.625" y="2462.5" as="geometry" />
        </mxCell>
        <mxCell id="In8fDh9ZLN2M87an2Miy-128" parent="1" style="whiteSpace=wrap;html=1;" value="status = review?" vertex="1">
-           <mxGeometry height="60" width="120" x="3772.625" y="2382.5" as="geometry" />
+           <mxGeometry height="60" width="120" x="4242.625" y="2602.5" as="geometry" />
        </mxCell>
        <mxCell id="In8fDh9ZLN2M87an2Miy-130" parent="1" style="rounded=0;whiteSpace=wrap;html=1;fontSize=21;" value="WHERE TO TRIGGER CGW???" vertex="1">
-           <mxGeometry height="290" width="450.63" x="4739.5" y="1992.5" as="geometry" />
+           <mxGeometry height="290" width="450.63" x="5209.5" y="2212.5" as="geometry" />
        </mxCell>
        <mxCell id="In8fDh9ZLN2M87an2Miy-133" edge="1" parent="1" source="In8fDh9ZLN2M87an2Miy-131" style="edgeStyle=orthogonalEdgeStyle;rounded=0;orthogonalLoop=1;jettySize=auto;html=1;" target="In8fDh9ZLN2M87an2Miy-88" value="">
          <mxGeometry relative="1" as="geometry" />
        </mxCell>
        <mxCell id="In8fDh9ZLN2M87an2Miy-131" parent="1" style="whiteSpace=wrap;html=1;" value="processed_at = now" vertex="1">
-           <mxGeometry height="60" width="120" x="5146.37" y="1722.5" as="geometry" />
+           <mxGeometry height="60" width="120" x="5616.37" y="1942.5" as="geometry" />
        </mxCell>
        <mxCell id="In8fDh9ZLN2M87an2Miy-141" edge="1" parent="1" source="In8fDh9ZLN2M87an2Miy-134" style="edgeStyle=orthogonalEdgeStyle;rounded=0;orthogonalLoop=1;jettySize=auto;html=1;entryX=0;entryY=0.5;entryDx=0;entryDy=0;" target="In8fDh9ZLN2M87an2Miy-139">
          <mxGeometry relative="1" as="geometry" />
        </mxCell>
        <mxCell id="In8fDh9ZLN2M87an2Miy-145" edge="1" parent="1" source="In8fDh9ZLN2M87an2Miy-134" style="edgeStyle=orthogonalEdgeStyle;rounded=0;orthogonalLoop=1;jettySize=auto;html=1;" target="In8fDh9ZLN2M87an2Miy-144" value="">
          <mxGeometry relative="1" as="geometry" />
        </mxCell>
        <mxCell id="In8fDh9ZLN2M87an2Miy-134" parent="1" style="rhombus;whiteSpace=wrap;html=1;" value="casa -&amp;gt; domestic (CGW)&lt;br&gt;exists?" vertex="1">
-           <mxGeometry height="180" width="190" x="3979.5" y="1970" as="geometry" />
+           <mxGeometry height="180" width="190" x="4449.5" y="2190" as="geometry" />
        </mxCell>
        <mxCell id="In8fDh9ZLN2M87an2Miy-142" edge="1" parent="1" source="In8fDh9ZLN2M87an2Miy-139" style="edgeStyle=orthogonalEdgeStyle;rounded=0;orthogonalLoop=1;jettySize=auto;html=1;entryX=0;entryY=0.5;entryDx=0;entryDy=0;" target="In8fDh9ZLN2M87an2Miy-113">
          <mxGeometry relative="1" as="geometry" />
        </mxCell>
        <mxCell id="In8fDh9ZLN2M87an2Miy-139" parent="1" style="rhombus;whiteSpace=wrap;html=1;" value="casa -&amp;gt; domestic amount = held_amount" vertex="1">
-           <mxGeometry height="180" width="172.5" x="4229.5" y="1970" as="geometry" />
+           <mxGeometry height="180" width="172.5" x="4699.5" y="2190" as="geometry" />
        </mxCell>
        <mxCell id="In8fDh9ZLN2M87an2Miy-147" edge="1" parent="1" source="In8fDh9ZLN2M87an2Miy-144" style="edgeStyle=orthogonalEdgeStyle;rounded=0;orthogonalLoop=1;jettySize=auto;html=1;" target="In8fDh9ZLN2M87an2Miy-146" value="">
          <mxGeometry relative="1" as="geometry" />
        </mxCell>
        <mxCell id="In8fDh9ZLN2M87an2Miy-144" parent="1" style="whiteSpace=wrap;html=1;" value="Trigger CGW" vertex="1">
-           <mxGeometry height="60" width="120" x="4014.5" y="2262.5" as="geometry" />
+           <mxGeometry height="60" width="120" x="4484.5" y="2482.5" as="geometry" />
        </mxCell>
        <mxCell id="In8fDh9ZLN2M87an2Miy-148" edge="1" parent="1" source="In8fDh9ZLN2M87an2Miy-146" style="edgeStyle=orthogonalEdgeStyle;rounded=0;orthogonalLoop=1;jettySize=auto;html=1;entryX=0.5;entryY=1;entryDx=0;entryDy=0;" target="In8fDh9ZLN2M87an2Miy-113">
          <mxGeometry relative="1" as="geometry" />
        </mxCell>
        <mxCell id="In8fDh9ZLN2M87an2Miy-150" edge="1" parent="1" source="In8fDh9ZLN2M87an2Miy-146" style="edgeStyle=orthogonalEdgeStyle;rounded=0;orthogonalLoop=1;jettySize=auto;html=1;" target="In8fDh9ZLN2M87an2Miy-149" value="">
          <mxGeometry relative="1" as="geometry" />
        </mxCell>
        <mxCell id="In8fDh9ZLN2M87an2Miy-146" parent="1" style="rhombus;whiteSpace=wrap;html=1;" value="200" vertex="1">
-           <mxGeometry height="80" width="80" x="4234.5" y="2252.5" as="geometry" />
+           <mxGeometry height="80" width="80" x="4704.5" y="2472.5" as="geometry" />
        </mxCell>
        <mxCell id="In8fDh9ZLN2M87an2Miy-149" parent="1" style="whiteSpace=wrap;html=1;" value="next_retry_at = now + 5min" vertex="1">
-           <mxGeometry height="60" width="155" x="4197" y="2402.5" as="geometry" />
+           <mxGeometry height="60" width="155" x="4667" y="2622.5" as="geometry" />
        </mxCell>
        <mxCell id="In8fDh9ZLN2M87an2Miy-154" edge="1" parent="1" source="In8fDh9ZLN2M87an2Miy-152" style="edgeStyle=orthogonalEdgeStyle;rounded=0;orthogonalLoop=1;jettySize=auto;html=1;entryX=0;entryY=0.5;entryDx=0;entryDy=0;" target="In8fDh9ZLN2M87an2Miy-153">
          <mxGeometry relative="1" as="geometry" />
        </mxCell>
        <mxCell id="In8fDh9ZLN2M87an2Miy-176" edge="1" parent="1" source="In8fDh9ZLN2M87an2Miy-152" style="edgeStyle=orthogonalEdgeStyle;rounded=0;orthogonalLoop=1;jettySize=auto;html=1;" target="In8fDh9ZLN2M87an2Miy-175" value="">
          <mxGeometry relative="1" as="geometry" />
        </mxCell>
        <mxCell id="In8fDh9ZLN2M87an2Miy-152" parent="1" style="rhombus;whiteSpace=wrap;html=1;" value="Polaris&lt;br&gt;/loan/&lt;span style=&quot;color: rgb(33, 33, 33); font-family: Inter, system-ui, -apple-system, &amp;quot;system-ui&amp;quot;, &amp;quot;Segoe UI&amp;quot;, Roboto, Oxygen, Ubuntu, Cantarell, &amp;quot;Fira Sans&amp;quot;, &amp;quot;Droid Sans&amp;quot;, Helvetica, Arial, sans-serif; text-align: left; white-space: pre-wrap; background-color: rgb(255, 255, 255);&quot;&gt;getAccountDetail&lt;/span&gt;&lt;br&gt;loan_application.amount &amp;lt;= polaris.available_amount" vertex="1">
-           <mxGeometry height="190" width="230" x="1332.5" y="840" as="geometry" />
+           <mxGeometry height="190" width="230" x="1802.5" y="1060" as="geometry" />
        </mxCell>
        <mxCell id="In8fDh9ZLN2M87an2Miy-158" edge="1" parent="1" source="In8fDh9ZLN2M87an2Miy-153" style="edgeStyle=orthogonalEdgeStyle;rounded=0;orthogonalLoop=1;jettySize=auto;html=1;entryX=0;entryY=0.5;entryDx=0;entryDy=0;" target="In8fDh9ZLN2M87an2Miy-157">
          <mxGeometry relative="1" as="geometry" />
        </mxCell>
        <mxCell id="In8fDh9ZLN2M87an2Miy-153" parent="1" style="whiteSpace=wrap;html=1;" value="Polaris /loan/&lt;span style=&quot;color: rgb(33, 33, 33); font-family: Inter, system-ui, -apple-system, &amp;quot;system-ui&amp;quot;, &amp;quot;Segoe UI&amp;quot;, Roboto, Oxygen, Ubuntu, Cantarell, &amp;quot;Fira Sans&amp;quot;, &amp;quot;Droid Sans&amp;quot;, Helvetica, Arial, sans-serif; text-align: left; white-space: pre-wrap; background-color: rgb(255, 255, 255);&quot;&gt;grantLoanNonCash&lt;br/&gt;+ CGW trigger&lt;/span&gt;" vertex="1">
-           <mxGeometry height="60" width="170" x="1650" y="905" as="geometry" />
+           <mxGeometry height="60" width="170" x="2120" y="1125" as="geometry" />
        </mxCell>
        <mxCell id="In8fDh9ZLN2M87an2Miy-177" edge="1" parent="1" source="In8fDh9ZLN2M87an2Miy-157" style="edgeStyle=orthogonalEdgeStyle;rounded=0;orthogonalLoop=1;jettySize=auto;html=1;entryX=0;entryY=0.5;entryDx=0;entryDy=0;" target="In8fDh9ZLN2M87an2Miy-105">
          <mxGeometry relative="1" as="geometry">
            <Array as="points">
-               <mxPoint x="1930" y="1207" />
+               <mxPoint x="2400" y="1427" />
            </Array>
-             <mxPoint x="2339.5" y="1207.5" as="targetPoint" />
+             <mxPoint x="2809.5" y="1427.5" as="targetPoint" />
          </mxGeometry>
        </mxCell>
        <mxCell id="In8fDh9ZLN2M87an2Miy-157" parent="1" style="rhombus;whiteSpace=wrap;html=1;" value="200" vertex="1">
-           <mxGeometry height="80" width="80" x="1890" y="895" as="geometry" />
+           <mxGeometry height="80" width="80" x="2360" y="1115" as="geometry" />
        </mxCell>
        <mxCell id="In8fDh9ZLN2M87an2Miy-164" edge="1" parent="1" source="In8fDh9ZLN2M87an2Miy-161" style="edgeStyle=orthogonalEdgeStyle;rounded=0;orthogonalLoop=1;jettySize=auto;html=1;" target="In8fDh9ZLN2M87an2Miy-162" value="">
          <mxGeometry relative="1" as="geometry" />
        </mxCell>
        <mxCell id="In8fDh9ZLN2M87an2Miy-161" parent="1" style="rounded=0;whiteSpace=wrap;html=1;" value="loan account row lock" vertex="1">
-           <mxGeometry height="60" width="145" x="425" y="905" as="geometry" />
+           <mxGeometry height="60" width="145" x="895" y="1125" as="geometry" />
        </mxCell>
        <mxCell id="In8fDh9ZLN2M87an2Miy-165" edge="1" parent="1" source="In8fDh9ZLN2M87an2Miy-162" style="edgeStyle=orthogonalEdgeStyle;rounded=0;orthogonalLoop=1;jettySize=auto;html=1;" target="In8fDh9ZLN2M87an2Miy-12">
          <mxGeometry relative="1" as="geometry" />
        </mxCell>
        <mxCell id="In8fDh9ZLN2M87an2Miy-162" parent="1" style="rounded=0;whiteSpace=wrap;html=1;" value="&lt;span style=&quot;font-weight: 700; text-align: left;&quot;&gt;ROWLOCK - loan_limits.held_amount += amount&lt;/span&gt;" vertex="1">
-           <mxGeometry height="60" width="215" x="650" y="905" as="geometry" />
+           <mxGeometry height="60" width="215" x="1120" y="1125" as="geometry" />
        </mxCell>
        <mxCell id="In8fDh9ZLN2M87an2Miy-166" parent="1" style="swimlane;fontStyle=0;childLayout=stackLayout;horizontal=1;startSize=30;horizontalStack=0;resizeParent=1;resizeParentMax=0;resizeLast=0;collapsible=1;marginBottom=0;whiteSpace=wrap;html=1;" value="Loan issued" vertex="1">
-           <mxGeometry height="120" width="210" x="2120" y="910" as="geometry" />
+           <mxGeometry height="120" width="210" x="2590" y="1130" as="geometry" />
        </mxCell>
        <mxCell id="In8fDh9ZLN2M87an2Miy-167" parent="In8fDh9ZLN2M87an2Miy-166" style="text;strokeColor=none;fillColor=none;align=left;verticalAlign=middle;spacingLeft=4;spacingRight=4;overflow=hidden;points=[[0,0.5],[1,0.5]];portConstraint=eastwest;rotatable=0;whiteSpace=wrap;html=1;" value="loan_application = approved" vertex="1">
          <mxGeometry height="30" width="210" y="30" as="geometry" />
        </mxCell>
        <mxCell id="In8fDh9ZLN2M87an2Miy-168" parent="In8fDh9ZLN2M87an2Miy-166" style="text;strokeColor=none;fillColor=none;align=left;verticalAlign=middle;spacingLeft=4;spacingRight=4;overflow=hidden;points=[[0,0.5],[1,0.5]];portConstraint=eastwest;rotatable=0;whiteSpace=wrap;html=1;" value="create loan" vertex="1">
          <mxGeometry height="30" width="210" y="60" as="geometry" />
        </mxCell>
        <mxCell id="In8fDh9ZLN2M87an2Miy-169" parent="In8fDh9ZLN2M87an2Miy-166" style="text;strokeColor=none;fillColor=none;align=left;verticalAlign=middle;spacingLeft=4;spacingRight=4;overflow=hidden;points=[[0,0.5],[1,0.5]];portConstraint=eastwest;rotatable=0;whiteSpace=wrap;html=1;" value="release lock" vertex="1">
          <mxGeometry height="30" width="210" y="90" as="geometry" />
        </mxCell>
        <mxCell id="In8fDh9ZLN2M87an2Miy-170" edge="1" parent="1" source="In8fDh9ZLN2M87an2Miy-157" style="edgeStyle=orthogonalEdgeStyle;rounded=0;orthogonalLoop=1;jettySize=auto;html=1;entryX=0.003;entryY=0.156;entryDx=0;entryDy=0;entryPerimeter=0;" target="In8fDh9ZLN2M87an2Miy-166">
          <mxGeometry relative="1" as="geometry" />
        </mxCell>
        <mxCell id="In8fDh9ZLN2M87an2Miy-174" parent="1" style="text;html=1;whiteSpace=wrap;strokeColor=none;fillColor=none;align=center;verticalAlign=middle;rounded=0;" value="&lt;div style=&quot;background-color:#ffffff;color:#080808&quot;&gt;&lt;pre style=&quot;font-family:&#39;JetBrains Mono&#39;,monospace;font-size:9.8pt;&quot;&gt;&lt;span style=&quot;color:#9e880d;&quot;&gt;@Transactional&lt;/span&gt;(propagation = &lt;span style=&quot;color:#000000;&quot;&gt;Propagation&lt;/span&gt;.&lt;span style=&quot;color:#871094;font-style:italic;&quot;&gt;REQUIRES_NEW&lt;/span&gt;)&lt;/pre&gt;&lt;/div&gt;" vertex="1">
-           <mxGeometry height="30" width="240" x="730" y="790" as="geometry" />
+           <mxGeometry height="30" width="240" x="1200" y="1010" as="geometry" />
        </mxCell>
        <mxCell id="In8fDh9ZLN2M87an2Miy-175" parent="1" style="whiteSpace=wrap;html=1;" value="Rollback, return error" vertex="1">
-           <mxGeometry height="60" width="132.5" x="1381.25" y="1075" as="geometry" />
+           <mxGeometry height="60" width="132.5" x="1851.25" y="1295" as="geometry" />
        </mxCell>
      </root>
    </mxGraphModel>
  </diagram>
</mxfile>
